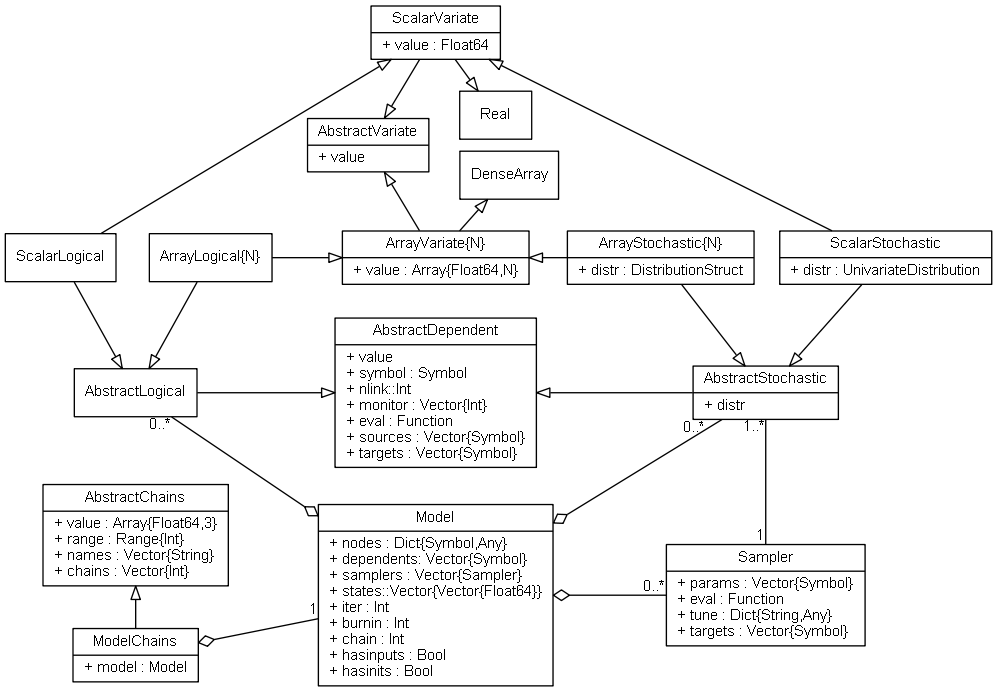
Above: doc/images/mcmcUML.png in brian-j-smith/Mamba.jl (Graphviz), before the change. Its source is kept beside it as doc/images/mcmcUML.dot.
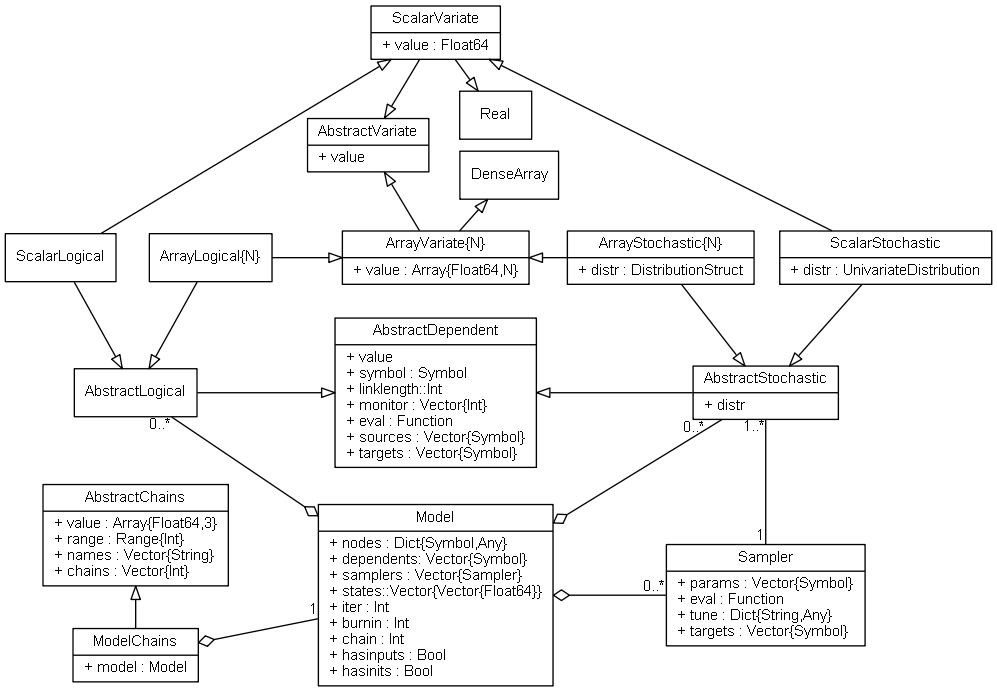
Above is the later version.

Commit message:
Rename Dependent field nlink to linklength.

Diff of the diagram source:
```diff
@@ -12,7 +12,7 @@
 
     DenseArray [label = "{DenseArray}", pos="324,570"]
 
-    AbstractDependent [label = "{AbstractDependent|+ value\l+ symbol : Symbol\l+ nlink::Int\l+ monitor : Vector\{Int\}\l+ eval : Function\l+ sources : Vector\{Symbol\}\l+ targets : Vector\{Symbol\}\l}", pos="275,425"]
+    AbstractDependent [label = "{AbstractDependent|+ value\l+ symbol : Symbol\l+ linklength::Int\l+ monitor : Vector\{Int\}\l+ eval : Function\l+ sources : Vector\{Symbol\}\l+ targets : Vector\{Symbol\}\l}", pos="275,425"]
 
     AbstractLogical [label = "{AbstractLogical}", pos="75,425"]
 
```
